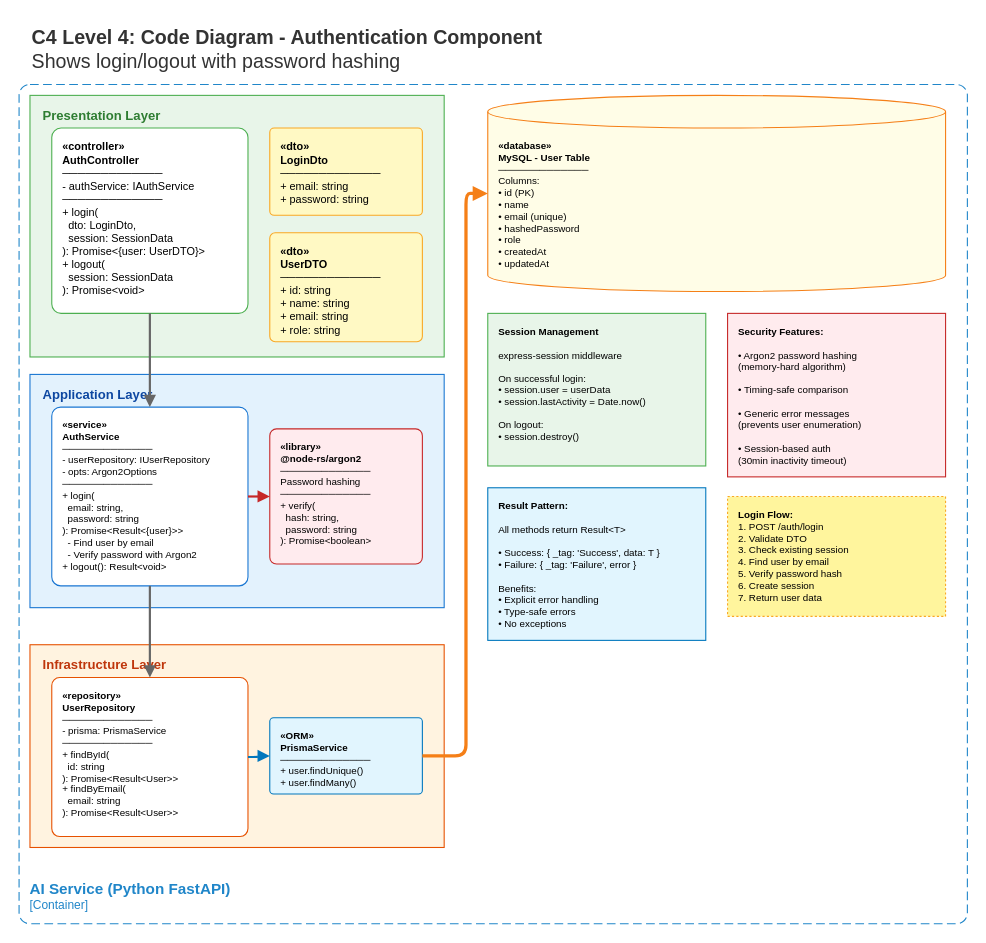
The draw.io diagram page "Authentication" (3 of 7) of C4-Model/Level 4.drawio in CompassGPT/Documentation, before the edit. Source tidied: cells renumbered, new cells numbered last; positions are measured from the earlier drawing's top-left corner, leaving out a move shared by most shapes. Both pictures are drawn from the tidied source at 109%, with x=0, y=0 at pixel (19, 19).
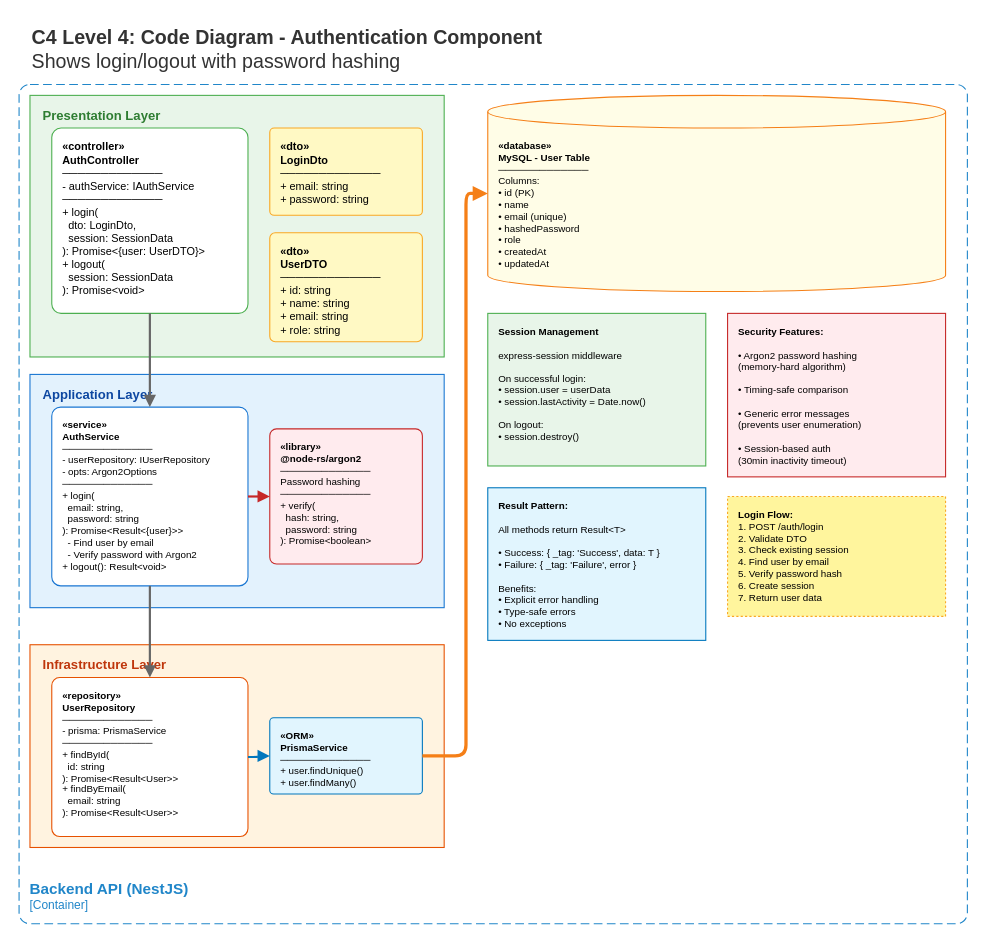
The same page after the edit.

Commit message (it also covers changes not shown here):
Update labels for Backend API (NestJS) in Level 4 diagram for consistency

What changed in the source:
```diff
@@
-    <mxCell id="23" value="&lt;font style=&quot;font-size: 14px&quot;&gt;&lt;b&gt;&lt;div style=&quot;text-align: left&quot;&gt;AI Service (Python FastAPI)&lt;/div&gt;&lt;/b&gt;&lt;/font&gt;&lt;div style=&quot;text-align: left&quot;&gt;[Container]&lt;/div&gt;" style="rounded=1;fontSize=11;whiteSpace=wrap;html=1;dashed=1;arcSize=20;fillColor=none;strokeColor=#2086C9;fontColor=#2086C9;labelBackgroundColor=none;align=left;verticalAlign=bottom;labelBorderColor=none;spacingTop=0;spacing=10;dashPattern=8 4;perimeter=rectanglePerimeter;noLabel=0;labelPadding=0;absoluteArcSize=1;" parent="1" vertex="1">
+    <mxCell id="23" value="&lt;font style=&quot;font-size: 14px&quot;&gt;&lt;b&gt;&lt;div style=&quot;text-align: left&quot;&gt;Backend API (NestJS)&lt;/div&gt;&lt;/b&gt;&lt;/font&gt;&lt;div style=&quot;text-align: left&quot;&gt;[Container]&lt;/div&gt;" style="rounded=1;fontSize=11;whiteSpace=wrap;html=1;dashed=1;arcSize=20;fillColor=none;strokeColor=#2086C9;fontColor=#2086C9;labelBackgroundColor=none;align=left;verticalAlign=bottom;labelBorderColor=none;spacingTop=0;spacing=10;dashPattern=8 4;perimeter=rectanglePerimeter;noLabel=0;labelPadding=0;absoluteArcSize=1;" parent="1" vertex="1">
       <mxGeometry y="60" width="870" height="770" as="geometry" />
     </mxCell>
```
